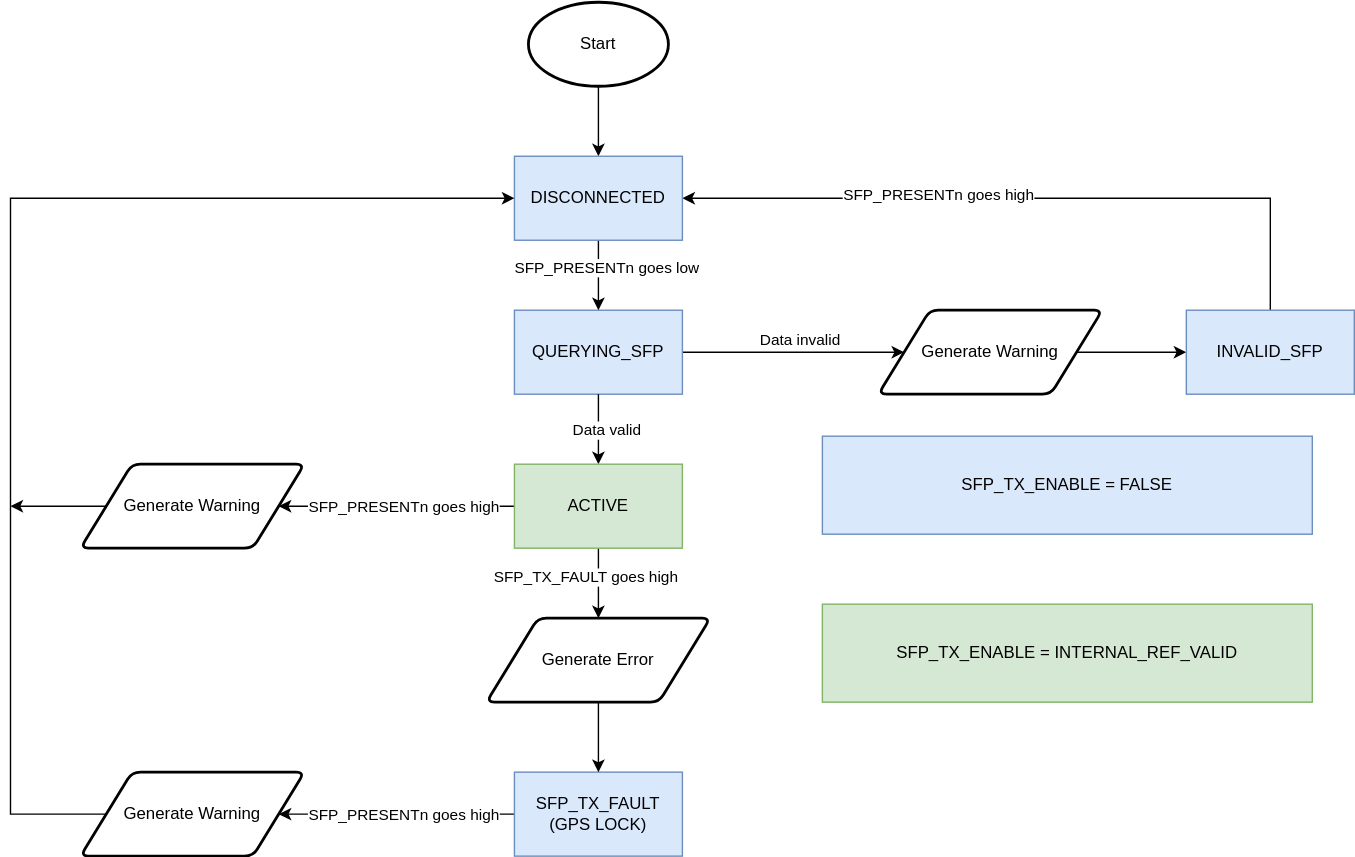
M0WUT/sdr-pnt keeps this draw.io diagram as sfp/SFP_Primary.drawio.svg. Above is the earlier version. Source tidied: cells renumbered, new cells last; positions are measured from the earlier drawing's top-left corner, leaving out a move shared by most shapes.
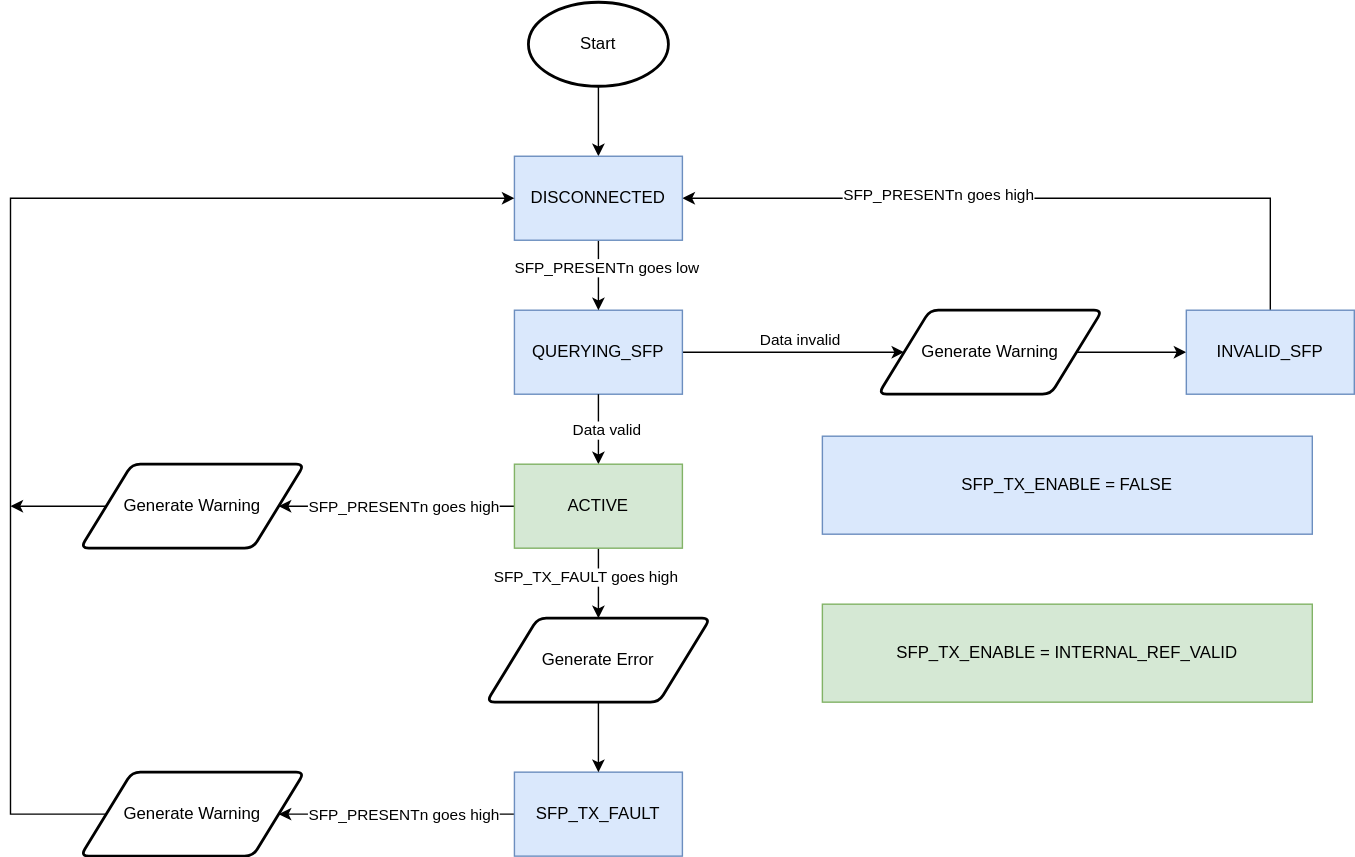
Above is the later version.

Commit message:
Fixed typo in SFP flowchart

The edit, as a diff of the source:
```diff
@@ -62,7 +62,7 @@
         <mxPoint x="-27" y="2" as="offset" />
       </mxGeometry>
     </mxCell>
-    <mxCell id="20" value="SFP_TX_FAULT (GPS LOCK)" style="rounded=0;whiteSpace=wrap;html=1;fillColor=#dae8fc;strokeColor=#6c8ebf;" parent="1" vertex="1">
+    <mxCell id="20" value="SFP_TX_FAULT" style="rounded=0;whiteSpace=wrap;html=1;fillColor=#dae8fc;strokeColor=#6c8ebf;" parent="1" vertex="1">
       <mxGeometry x="360" y="550" width="120" height="60" as="geometry" />
     </mxCell>
     <mxCell id="21" style="edgeStyle=orthogonalEdgeStyle;rounded=0;jettySize=auto;html=1;exitX=0.5;exitY=1;exitDx=0;exitDy=0;entryX=0.5;entryY=0;entryDx=0;entryDy=0;" parent="1" edge="1" source="22" target="20">
```
